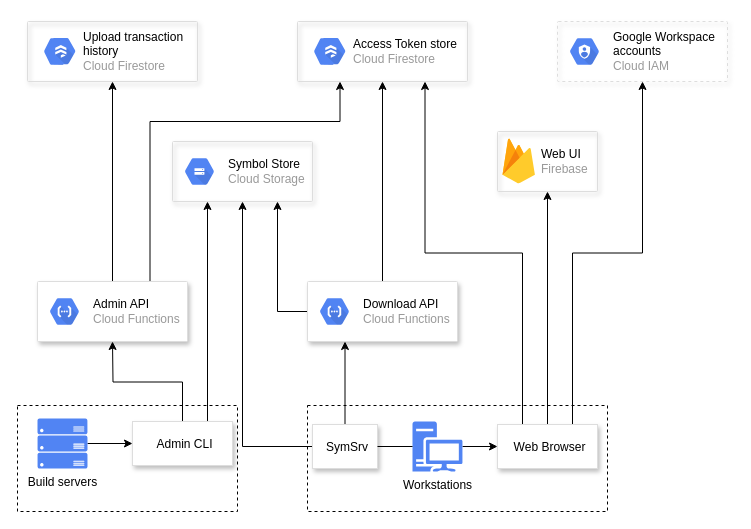
This is docs/images/Architecture.drawio from falldamagestudio/cloud-symbol-server, a draw.io file, before an edit. Source tidied: cells renumbered, new cells numbered last; positions are measured from the earlier drawing's top-left corner, leaving out a move shared by most shapes. Both pictures are drawn from the tidied source at 100%, with x=0, y=0 at pixel (17, 21). Pictures stored in the file or linked from it are replaced by grey dashed boxes.
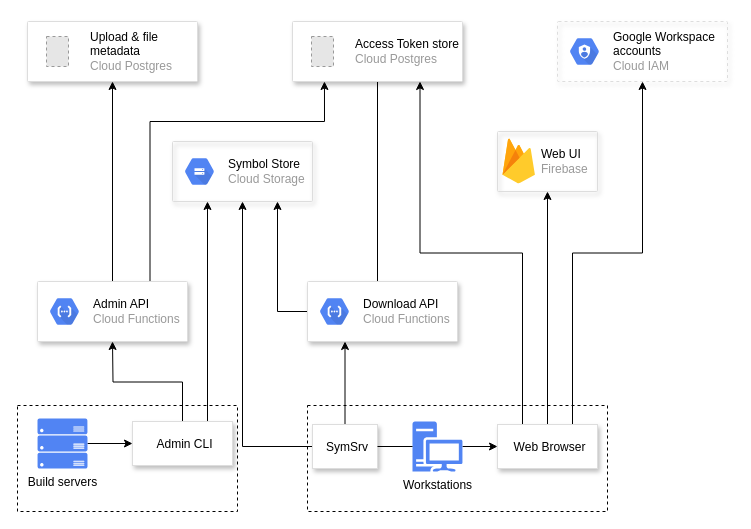
After the change.

Unchanged cells that the change refers to:
```xml
<mxCell id="29" value="Web Browser" style="dashed=0;strokeColor=#dddddd;shadow=1;strokeWidth=1;labelPosition=center;verticalLabelPosition=middle;align=center;verticalAlign=middle;spacingLeft=5;fontSize=12;fillColor=default;" parent="1" vertex="1">
  <mxGeometry x="480" y="403" width="100" height="44" as="geometry" />
</mxCell>
<mxCell id="35" style="strokeColor=#dddddd;shadow=1;strokeWidth=1;rounded=1;absoluteArcSize=1;arcSize=2;" parent="1" vertex="1">
  <mxGeometry x="20" y="260" width="150" height="60" as="geometry" />
</mxCell>
<mxCell id="37" style="strokeColor=#dddddd;shadow=1;strokeWidth=1;rounded=1;absoluteArcSize=1;arcSize=2;" parent="1" vertex="1">
  <mxGeometry x="290" y="260" width="150" height="60" as="geometry" />
</mxCell>
```

What changed in the source:
```diff
@@
-    <mxCell id="9" style="edgeStyle=orthogonalEdgeStyle;rounded=0;jettySize=auto;html=1;exitX=0.5;exitY=0;exitDx=0;exitDy=0;entryX=0.5;entryY=1;entryDx=0;entryDy=0;exitPerimeter=0;" parent="1" edge="1" source="37" target="18">
-      <mxGeometry relative="1" as="geometry" />
+    <mxCell id="9" style="edgeStyle=orthogonalEdgeStyle;rounded=0;jettySize=auto;html=1;exitX=0.5;exitY=0;exitDx=0;exitDy=0;entryX=0.5;entryY=1;entryDx=0;entryDy=0;exitPerimeter=0;" parent="1" edge="1" source="37" target="41">
+      <mxGeometry relative="1" as="geometry">
+        <Array as="points">
+          <mxPoint x="360" y="260" />
+          <mxPoint x="360" y="30" />
+        </Array>
+      </mxGeometry>
     </mxCell>
@@
-    <mxCell id="14" style="edgeStyle=orthogonalEdgeStyle;rounded=0;jettySize=auto;html=1;entryX=0.75;entryY=1;entryDx=0;entryDy=0;exitX=0.25;exitY=0;exitDx=0;exitDy=0;" parent="1" edge="1" source="29" target="18">
+    <mxCell id="14" style="edgeStyle=orthogonalEdgeStyle;rounded=0;jettySize=auto;html=1;exitX=0.25;exitY=0;exitDx=0;exitDy=0;entryX=0.75;entryY=1;entryDx=0;entryDy=0;" parent="1" edge="1" source="29" target="41">
       <mxGeometry relative="1" as="geometry" />
     </mxCell>
@@
-    <mxCell id="18" style="strokeColor=#dddddd;shadow=1;strokeWidth=1;rounded=1;absoluteArcSize=1;arcSize=2;fillColor=none;" parent="1" vertex="1">
-      <mxGeometry x="280" width="170" height="60" as="geometry" />
-    </mxCell>
-    <mxCell id="19" value="&lt;font color=&quot;#000000&quot;&gt;Access Token store&lt;/font&gt;&lt;br&gt;Cloud Firestore" style="sketch=0;dashed=0;html=1;fillColor=#5184F3;strokeColor=none;shape=mxgraph.gcp2.hexIcon;prIcon=cloud_run;labelPosition=right;verticalLabelPosition=middle;align=left;verticalAlign=middle;spacingLeft=5;fontColor=#999999;fontSize=12;" parent="18" vertex="1">
-      <mxGeometry y="0.5" width="39" height="39" relative="1" as="geometry">
-        <mxPoint x="10" y="-19.5" as="offset" />
-      </mxGeometry>
-    </mxCell>
-    <mxCell id="20" style="sketch=0;html=1;fillColor=#5184F3;strokeColor=none;verticalAlign=top;labelPosition=center;verticalLabelPosition=bottom;align=center;spacingTop=-6;fontSize=11;fontStyle=1;fontColor=#999999;shape=mxgraph.gcp2.hexIcon;prIcon=cloud_firestore;" parent="18" vertex="1">
-      <mxGeometry x="11.3" y="10.4" width="44.2" height="38.6" as="geometry" />
-    </mxCell>
-    <mxCell id="21" style="edgeStyle=orthogonalEdgeStyle;rounded=0;jettySize=auto;html=1;exitX=0.75;exitY=0;exitDx=0;exitDy=0;entryX=0.25;entryY=1;entryDx=0;entryDy=0;" parent="1" edge="1" source="35" target="18">
+    <mxCell id="21" style="edgeStyle=orthogonalEdgeStyle;rounded=0;jettySize=auto;html=1;exitX=0.75;exitY=0;exitDx=0;exitDy=0;entryX=0.188;entryY=1;entryDx=0;entryDy=0;entryPerimeter=0;" parent="1" edge="1" source="35" target="41">
       <mxGeometry relative="1" as="geometry">
         <Array as="points">
-          <mxPoint x="133" y="100" />
-          <mxPoint x="323" y="100" />
+          <mxPoint x="132" y="100" />
+          <mxPoint x="307" y="100" />
         </Array>
       </mxGeometry>
     </mxCell>
-    <mxCell id="22" style="edgeStyle=orthogonalEdgeStyle;rounded=0;jettySize=auto;html=1;exitX=0.5;exitY=0;exitDx=0;exitDy=0;entryX=0.5;entryY=1;entryDx=0;entryDy=0;" parent="1" edge="1" source="35" target="26">
+    <mxCell id="22" style="edgeStyle=orthogonalEdgeStyle;rounded=0;jettySize=auto;html=1;exitX=0.5;exitY=0;exitDx=0;exitDy=0;entryX=0.5;entryY=1;entryDx=0;entryDy=0;" parent="1" edge="1" source="35" target="39">
       <mxGeometry relative="1" as="geometry" />
     </mxCell>
@@
-    <mxCell id="26" style="strokeColor=#dddddd;shadow=1;strokeWidth=1;rounded=1;absoluteArcSize=1;arcSize=2;fillColor=none;" parent="1" vertex="1">
-      <mxGeometry x="10" width="170" height="60" as="geometry" />
-    </mxCell>
-    <mxCell id="27" value="&lt;font color=&quot;#000000&quot;&gt;Upload transaction&lt;br&gt;history&lt;/font&gt;&lt;br&gt;Cloud Firestore" style="sketch=0;dashed=0;html=1;fillColor=#5184F3;strokeColor=none;shape=mxgraph.gcp2.hexIcon;prIcon=cloud_run;labelPosition=right;verticalLabelPosition=middle;align=left;verticalAlign=middle;spacingLeft=5;fontColor=#999999;fontSize=12;" parent="26" vertex="1">
-      <mxGeometry y="0.5" width="39" height="39" relative="1" as="geometry">
-        <mxPoint x="10" y="-19.5" as="offset" />
-      </mxGeometry>
-    </mxCell>
-    <mxCell id="28" style="sketch=0;html=1;fillColor=#5184F3;strokeColor=none;verticalAlign=top;labelPosition=center;verticalLabelPosition=bottom;align=center;spacingTop=-6;fontSize=11;fontStyle=1;fontColor=#999999;shape=mxgraph.gcp2.hexIcon;prIcon=cloud_firestore;" parent="26" vertex="1">
-      <mxGeometry x="11.3" y="10.4" width="44.2" height="38.6" as="geometry" />
-    </mxCell>
@@
+    <mxCell id="39" style="strokeColor=#dddddd;shadow=1;strokeWidth=1;rounded=1;absoluteArcSize=1;arcSize=2;" parent="1" vertex="1">
+      <mxGeometry x="10" width="170" height="60" as="geometry" />
+    </mxCell>
+    <mxCell id="40" value="&lt;font color=&quot;#000000&quot;&gt;Upload &amp;amp; file&lt;br&gt;metadata&lt;/font&gt;&lt;br&gt;Cloud Postgres" style="fillColor=#E6E6E6;strokeColor=#999999;dashed=1;html=1;fontColor=#999999;verticalLabelPosition=middle;labelBackgroundColor=#ffffff;verticalAlign=middle;labelPosition=right;align=left;spacingLeft=20;" parent="39" vertex="1">
+      <mxGeometry width="22" height="30" relative="1" as="geometry">
+        <mxPoint x="19" y="15" as="offset" />
+      </mxGeometry>
+    </mxCell>
+    <mxCell id="41" style="strokeColor=#dddddd;shadow=1;strokeWidth=1;rounded=1;absoluteArcSize=1;arcSize=2;" parent="1" vertex="1">
+      <mxGeometry x="275" width="170" height="60" as="geometry" />
+    </mxCell>
+    <mxCell id="42" value="&lt;font color=&quot;#000000&quot;&gt;Access Token store&lt;/font&gt;&lt;br&gt;Cloud Postgres" style="fillColor=#E6E6E6;strokeColor=#999999;dashed=1;html=1;fontColor=#999999;verticalLabelPosition=middle;labelBackgroundColor=#ffffff;verticalAlign=middle;labelPosition=right;align=left;spacingLeft=20;" parent="41" vertex="1">
+      <mxGeometry width="22" height="30" relative="1" as="geometry">
+        <mxPoint x="19" y="15" as="offset" />
+      </mxGeometry>
+    </mxCell>
```
